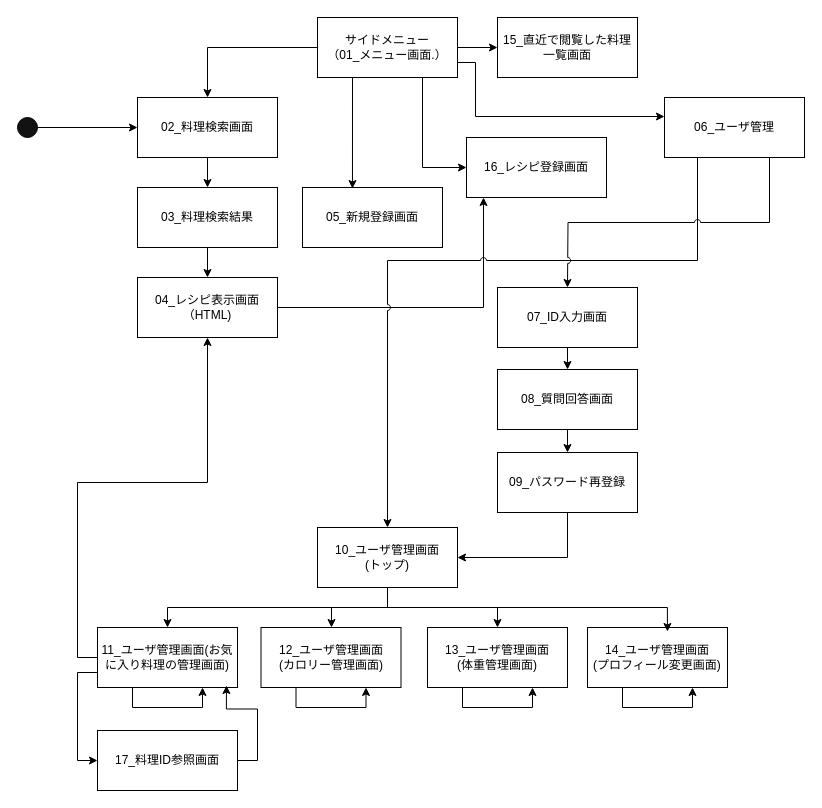
Before: 画面設計/jashin_cas.drawio in Fukuta-Y/Jashin_CAS_doc, a draw.io diagram. Source tidied: cells renumbered, new cells numbered last; positions are measured from the earlier drawing's top-left corner, leaving out a move shared by most shapes. Both pictures are drawn from the tidied source at 100%, with x=0, y=0 at pixel (17, 17).
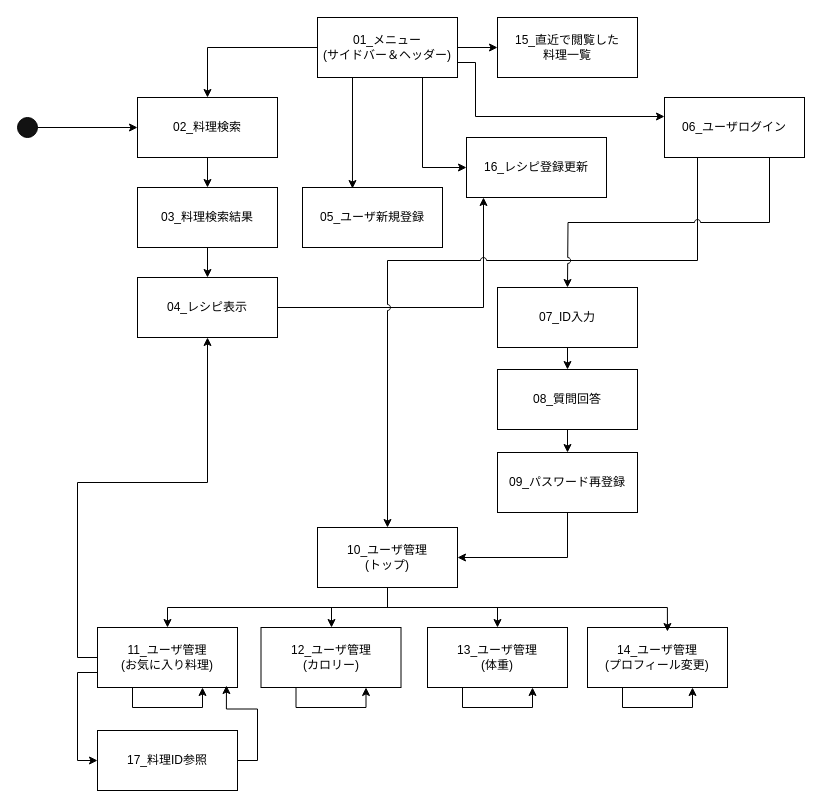
The same page after the edit.

The edit, as a diff of the source:
```diff
@@
-    <mxCell id="6" value="サイドメニュー&lt;div&gt;（01_メニュー画面.）&lt;/div&gt;" style="rounded=0;whiteSpace=wrap;html=1;" parent="1" vertex="1">
+    <mxCell id="6" value="01_メニュー&lt;div&gt;(サイドバー＆ヘッダー)&lt;/div&gt;" style="rounded=0;whiteSpace=wrap;html=1;" parent="1" vertex="1">
       <mxGeometry x="300" width="140" height="60" as="geometry" />
     </mxCell>
@@
-    <mxCell id="8" value="02_料理検索画面" style="rounded=0;whiteSpace=wrap;html=1;" parent="1" vertex="1">
+    <mxCell id="8" value="02_料理検索" style="rounded=0;whiteSpace=wrap;html=1;" parent="1" vertex="1">
       <mxGeometry x="120" y="80" width="140" height="60" as="geometry" />
     </mxCell>
@@
-    <mxCell id="12" value="04_レシピ表示画面（HTML)" style="rounded=0;whiteSpace=wrap;html=1;" parent="1" vertex="1">
+    <mxCell id="12" value="04_レシピ表示" style="rounded=0;whiteSpace=wrap;html=1;" parent="1" vertex="1">
       <mxGeometry x="120" y="260" width="140" height="60" as="geometry" />
     </mxCell>
-    <mxCell id="13" value="05_新規登録画面" style="rounded=0;whiteSpace=wrap;html=1;" parent="1" vertex="1">
+    <mxCell id="13" value="05_ユーザ新規登録" style="rounded=0;whiteSpace=wrap;html=1;" parent="1" vertex="1">
       <mxGeometry x="285" y="170" width="140" height="60" as="geometry" />
     </mxCell>
@@
-    <mxCell id="16" value="06_ユーザ管理" style="rounded=0;whiteSpace=wrap;html=1;" parent="1" vertex="1">
+    <mxCell id="16" value="06_ユーザログイン" style="rounded=0;whiteSpace=wrap;html=1;" parent="1" vertex="1">
       <mxGeometry x="647" y="80" width="140" height="60" as="geometry" />
     </mxCell>
@@
-    <mxCell id="18" value="07_ID入力画面" style="rounded=0;whiteSpace=wrap;html=1;" parent="1" vertex="1">
+    <mxCell id="18" value="07_ID入力" style="rounded=0;whiteSpace=wrap;html=1;" parent="1" vertex="1">
       <mxGeometry x="480" y="270" width="140" height="60" as="geometry" />
     </mxCell>
@@
-    <mxCell id="20" value="08_質問回答画面" style="rounded=0;whiteSpace=wrap;html=1;" parent="1" vertex="1">
+    <mxCell id="20" value="08_質問回答" style="rounded=0;whiteSpace=wrap;html=1;" parent="1" vertex="1">
       <mxGeometry x="480" y="352" width="140" height="60" as="geometry" />
     </mxCell>
@@
-    <mxCell id="26" value="10_ユーザ管理画面&lt;div&gt;(トップ)&lt;/div&gt;" style="rounded=0;whiteSpace=wrap;html=1;" parent="1" vertex="1">
+    <mxCell id="26" value="10_ユーザ管理&lt;div&gt;(トップ)&lt;/div&gt;" style="rounded=0;whiteSpace=wrap;html=1;" parent="1" vertex="1">
       <mxGeometry x="300" y="510" width="140" height="60" as="geometry" />
     </mxCell>
@@
-    <mxCell id="29" value="11_ユーザ管理画面(お気に入り料理の管理画面)" style="rounded=0;whiteSpace=wrap;html=1;" parent="1" vertex="1">
+    <mxCell id="29" value="11_ユーザ管理&lt;div&gt;(お気に入り料理)&lt;/div&gt;" style="rounded=0;whiteSpace=wrap;html=1;" parent="1" vertex="1">
       <mxGeometry x="80" y="610" width="140" height="60" as="geometry" />
     </mxCell>
-    <mxCell id="30" value="12_ユーザ管理画面&lt;div&gt;(カロリー管理画面)&lt;/div&gt;" style="rounded=0;whiteSpace=wrap;html=1;" parent="1" vertex="1">
+    <mxCell id="30" value="12_ユーザ管理&lt;div&gt;(カロリー)&lt;/div&gt;" style="rounded=0;whiteSpace=wrap;html=1;" parent="1" vertex="1">
       <mxGeometry x="243.5" y="610" width="140" height="60" as="geometry" />
     </mxCell>
-    <mxCell id="31" value="13_ユーザ管理画面&lt;div&gt;(体重管理画面)&lt;/div&gt;" style="rounded=0;whiteSpace=wrap;html=1;" parent="1" vertex="1">
+    <mxCell id="31" value="13_ユーザ管理&lt;div&gt;(体重)&lt;/div&gt;" style="rounded=0;whiteSpace=wrap;html=1;" parent="1" vertex="1">
       <mxGeometry x="410" y="610" width="140" height="60" as="geometry" />
     </mxCell>
-    <mxCell id="32" value="14_ユーザ管理画面&lt;div&gt;(プロフィール変更画面)&lt;/div&gt;" style="rounded=0;whiteSpace=wrap;html=1;" parent="1" vertex="1">
+    <mxCell id="32" value="14_ユーザ管理&lt;div&gt;(プロフィール変更)&lt;/div&gt;" style="rounded=0;whiteSpace=wrap;html=1;" parent="1" vertex="1">
       <mxGeometry x="570" y="610" width="140" height="60" as="geometry" />
     </mxCell>
@@
-    <mxCell id="40" value="15_直近で閲覧した料理一覧画面" style="rounded=0;whiteSpace=wrap;html=1;" parent="1" vertex="1">
+    <mxCell id="40" value="15_直近で閲覧した&lt;div&gt;料理一覧&lt;/div&gt;" style="rounded=0;whiteSpace=wrap;html=1;" parent="1" vertex="1">
       <mxGeometry x="480" width="140" height="60" as="geometry" />
     </mxCell>
-    <mxCell id="41" value="16_レシピ登録画面" style="rounded=0;whiteSpace=wrap;html=1;" parent="1" vertex="1">
+    <mxCell id="41" value="16_レシピ登録更新" style="rounded=0;whiteSpace=wrap;html=1;" parent="1" vertex="1">
       <mxGeometry x="449" y="120" width="140" height="60" as="geometry" />
     </mxCell>
@@
-    <mxCell id="43" value="17_料理ID参照画面" style="rounded=0;whiteSpace=wrap;html=1;" parent="1" vertex="1">
+    <mxCell id="43" value="17_料理ID参照" style="rounded=0;whiteSpace=wrap;html=1;" parent="1" vertex="1">
       <mxGeometry x="80" y="713" width="140" height="60" as="geometry" />
     </mxCell>
```
